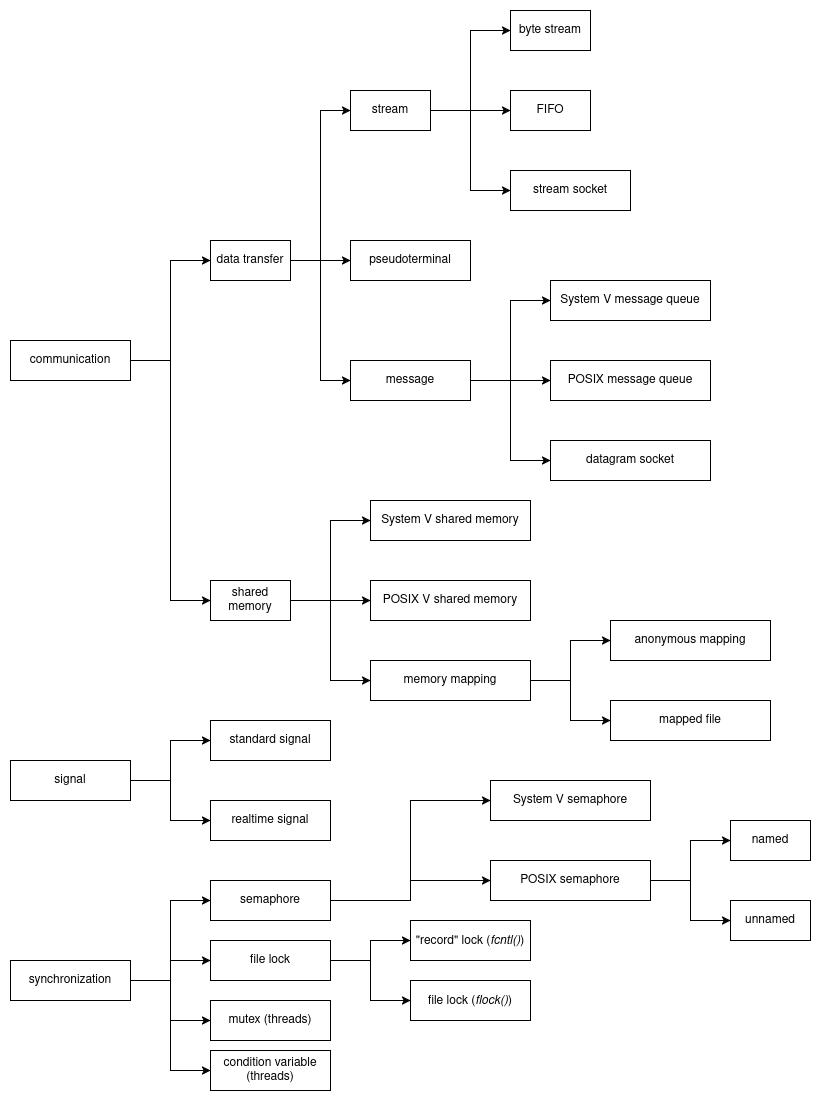
This is docs/assets/unix_ipc_taxonomy.drawio.png from da0p/GithubPage, a draw.io export, as it was before one commit. Source tidied: cells renumbered, new cells last; positions are measured from the earlier drawing's top-left corner, leaving out a move shared by most shapes.
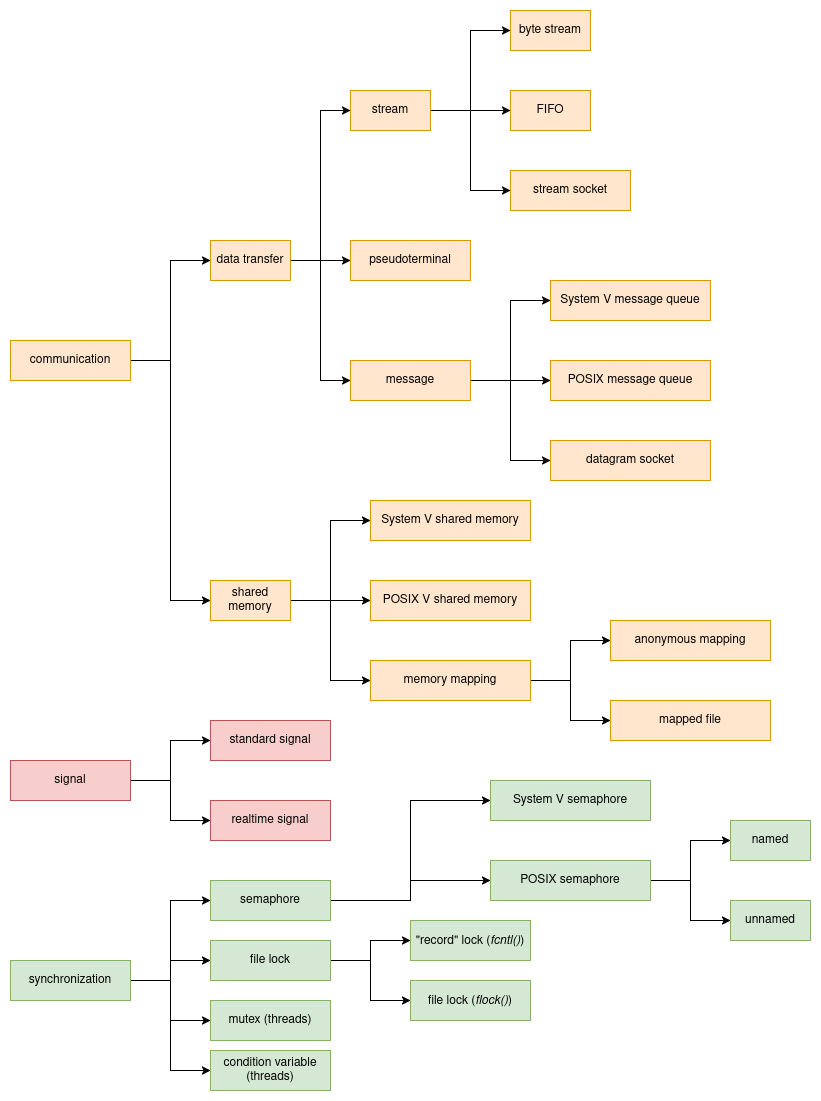
The same diagram one commit later.

Diff of the diagram source:
```diff
@@ -16,7 +16,7 @@
     <mxCell id="4" style="edgeStyle=orthogonalEdgeStyle;rounded=0;jettySize=auto;html=1;exitX=1;exitY=0.5;exitDx=0;exitDy=0;entryX=0;entryY=0.5;entryDx=0;entryDy=0;" parent="1" edge="1" source="5" target="27">
       <mxGeometry relative="1" as="geometry" />
     </mxCell>
-    <mxCell id="5" value="communication" style="rounded=0;whiteSpace=wrap;html=1;" parent="1" vertex="1">
+    <mxCell id="5" value="communication" style="rounded=0;whiteSpace=wrap;html=1;fillColor=#ffe6cc;strokeColor=#d79b00;" parent="1" vertex="1">
       <mxGeometry y="330" width="120" height="40" as="geometry" />
     </mxCell>
     <mxCell id="6" style="edgeStyle=orthogonalEdgeStyle;rounded=0;jettySize=auto;html=1;exitX=1;exitY=0.5;exitDx=0;exitDy=0;entryX=0;entryY=0.5;entryDx=0;entryDy=0;" parent="1" edge="1" source="9" target="10">
@@ -28,13 +28,13 @@
     <mxCell id="8" style="edgeStyle=orthogonalEdgeStyle;rounded=0;jettySize=auto;html=1;exitX=1;exitY=0.5;exitDx=0;exitDy=0;entryX=0;entryY=0.5;entryDx=0;entryDy=0;" parent="1" edge="1" source="9" target="17">
       <mxGeometry relative="1" as="geometry" />
     </mxCell>
-    <mxCell id="9" value="stream" style="rounded=0;whiteSpace=wrap;html=1;" parent="1" vertex="1">
+    <mxCell id="9" value="stream" style="rounded=0;whiteSpace=wrap;html=1;fillColor=#ffe6cc;strokeColor=#d79b00;" parent="1" vertex="1">
       <mxGeometry x="340" y="80" width="80" height="40" as="geometry" />
     </mxCell>
-    <mxCell id="10" value="byte stream" style="rounded=0;whiteSpace=wrap;html=1;" parent="1" vertex="1">
+    <mxCell id="10" value="byte stream" style="rounded=0;whiteSpace=wrap;html=1;fillColor=#ffe6cc;strokeColor=#d79b00;" parent="1" vertex="1">
       <mxGeometry x="500" width="80" height="40" as="geometry" />
     </mxCell>
-    <mxCell id="11" value="pseudoterminal" style="rounded=0;whiteSpace=wrap;html=1;" parent="1" vertex="1">
+    <mxCell id="11" value="pseudoterminal" style="rounded=0;whiteSpace=wrap;html=1;fillColor=#ffe6cc;strokeColor=#d79b00;" parent="1" vertex="1">
       <mxGeometry x="340" y="230" width="120" height="40" as="geometry" />
     </mxCell>
     <mxCell id="12" style="edgeStyle=orthogonalEdgeStyle;rounded=0;jettySize=auto;html=1;exitX=1;exitY=0.5;exitDx=0;exitDy=0;entryX=0;entryY=0.5;entryDx=0;entryDy=0;" parent="1" edge="1" source="15" target="18">
@@ -46,22 +46,22 @@
     <mxCell id="14" style="edgeStyle=orthogonalEdgeStyle;rounded=0;jettySize=auto;html=1;exitX=1;exitY=0.5;exitDx=0;exitDy=0;entryX=0;entryY=0.5;entryDx=0;entryDy=0;" parent="1" edge="1" source="15" target="20">
       <mxGeometry relative="1" as="geometry" />
     </mxCell>
-    <mxCell id="15" value="message" style="rounded=0;whiteSpace=wrap;html=1;" parent="1" vertex="1">
+    <mxCell id="15" value="message" style="rounded=0;whiteSpace=wrap;html=1;fillColor=#ffe6cc;strokeColor=#d79b00;" parent="1" vertex="1">
       <mxGeometry x="340" y="350" width="120" height="40" as="geometry" />
     </mxCell>
-    <mxCell id="16" value="FIFO" style="rounded=0;whiteSpace=wrap;html=1;" parent="1" vertex="1">
+    <mxCell id="16" value="FIFO" style="rounded=0;whiteSpace=wrap;html=1;fillColor=#ffe6cc;strokeColor=#d79b00;" parent="1" vertex="1">
       <mxGeometry x="500" y="80" width="80" height="40" as="geometry" />
     </mxCell>
-    <mxCell id="17" value="stream socket" style="rounded=0;whiteSpace=wrap;html=1;" parent="1" vertex="1">
+    <mxCell id="17" value="stream socket" style="rounded=0;whiteSpace=wrap;html=1;fillColor=#ffe6cc;strokeColor=#d79b00;" parent="1" vertex="1">
       <mxGeometry x="500" y="160" width="120" height="40" as="geometry" />
     </mxCell>
-    <mxCell id="18" value="System V message queue" style="rounded=0;whiteSpace=wrap;html=1;" parent="1" vertex="1">
+    <mxCell id="18" value="System V message queue" style="rounded=0;whiteSpace=wrap;html=1;fillColor=#ffe6cc;strokeColor=#d79b00;" parent="1" vertex="1">
       <mxGeometry x="540" y="270" width="160" height="40" as="geometry" />
     </mxCell>
-    <mxCell id="19" value="POSIX message queue" style="rounded=0;whiteSpace=wrap;html=1;" parent="1" vertex="1">
+    <mxCell id="19" value="POSIX message queue" style="rounded=0;whiteSpace=wrap;html=1;fillColor=#ffe6cc;strokeColor=#d79b00;" parent="1" vertex="1">
       <mxGeometry x="540" y="350" width="160" height="40" as="geometry" />
     </mxCell>
-    <mxCell id="20" value="datagram socket" style="rounded=0;whiteSpace=wrap;html=1;" parent="1" vertex="1">
+    <mxCell id="20" value="datagram socket" style="rounded=0;whiteSpace=wrap;html=1;fillColor=#ffe6cc;strokeColor=#d79b00;" parent="1" vertex="1">
       <mxGeometry x="540" y="430" width="160" height="40" as="geometry" />
     </mxCell>
     <mxCell id="21" style="edgeStyle=orthogonalEdgeStyle;rounded=0;jettySize=auto;html=1;exitX=1;exitY=0.5;exitDx=0;exitDy=0;entryX=0;entryY=0.5;entryDx=0;entryDy=0;" parent="1" edge="1" source="23" target="9">
@@ -70,7 +70,7 @@
     <mxCell id="22" style="edgeStyle=orthogonalEdgeStyle;rounded=0;jettySize=auto;html=1;exitX=1;exitY=0.5;exitDx=0;exitDy=0;entryX=0;entryY=0.5;entryDx=0;entryDy=0;" parent="1" edge="1" source="23" target="11">
       <mxGeometry relative="1" as="geometry" />
     </mxCell>
-    <mxCell id="23" value="data transfer" style="rounded=0;whiteSpace=wrap;html=1;" parent="1" vertex="1">
+    <mxCell id="23" value="data transfer" style="rounded=0;whiteSpace=wrap;html=1;fillColor=#ffe6cc;strokeColor=#d79b00;" parent="1" vertex="1">
       <mxGeometry x="200" y="230" width="80" height="40" as="geometry" />
     </mxCell>
     <mxCell id="24" style="edgeStyle=orthogonalEdgeStyle;rounded=0;jettySize=auto;html=1;exitX=1;exitY=0.5;exitDx=0;exitDy=0;entryX=0;entryY=0.5;entryDx=0;entryDy=0;" parent="1" edge="1" source="27" target="28">
@@ -82,13 +82,13 @@
     <mxCell id="26" style="edgeStyle=orthogonalEdgeStyle;rounded=0;jettySize=auto;html=1;exitX=1;exitY=0.5;exitDx=0;exitDy=0;entryX=0;entryY=0.5;entryDx=0;entryDy=0;" parent="1" edge="1" source="27" target="32">
       <mxGeometry relative="1" as="geometry" />
     </mxCell>
-    <mxCell id="27" value="shared memory" style="rounded=0;whiteSpace=wrap;html=1;" parent="1" vertex="1">
+    <mxCell id="27" value="shared memory" style="rounded=0;whiteSpace=wrap;html=1;fillColor=#ffe6cc;strokeColor=#d79b00;" parent="1" vertex="1">
       <mxGeometry x="200" y="570" width="80" height="40" as="geometry" />
     </mxCell>
-    <mxCell id="28" value="System V shared memory" style="rounded=0;whiteSpace=wrap;html=1;" parent="1" vertex="1">
+    <mxCell id="28" value="System V shared memory" style="rounded=0;whiteSpace=wrap;html=1;fillColor=#ffe6cc;strokeColor=#d79b00;" parent="1" vertex="1">
       <mxGeometry x="360" y="490" width="160" height="40" as="geometry" />
     </mxCell>
-    <mxCell id="29" value="POSIX V shared memory" style="rounded=0;whiteSpace=wrap;html=1;" parent="1" vertex="1">
+    <mxCell id="29" value="POSIX V shared memory" style="rounded=0;whiteSpace=wrap;html=1;fillColor=#ffe6cc;strokeColor=#d79b00;" parent="1" vertex="1">
       <mxGeometry x="360" y="570" width="160" height="40" as="geometry" />
     </mxCell>
     <mxCell id="30" style="edgeStyle=orthogonalEdgeStyle;rounded=0;jettySize=auto;html=1;exitX=1;exitY=0.5;exitDx=0;exitDy=0;entryX=0;entryY=0.5;entryDx=0;entryDy=0;" parent="1" edge="1" source="32" target="33">
@@ -97,13 +97,13 @@
     <mxCell id="31" style="edgeStyle=orthogonalEdgeStyle;rounded=0;jettySize=auto;html=1;exitX=1;exitY=0.5;exitDx=0;exitDy=0;entryX=0;entryY=0.5;entryDx=0;entryDy=0;" parent="1" edge="1" source="32" target="34">
       <mxGeometry relative="1" as="geometry" />
     </mxCell>
-    <mxCell id="32" value="memory mapping" style="rounded=0;whiteSpace=wrap;html=1;" parent="1" vertex="1">
+    <mxCell id="32" value="memory mapping" style="rounded=0;whiteSpace=wrap;html=1;fillColor=#ffe6cc;strokeColor=#d79b00;" parent="1" vertex="1">
       <mxGeometry x="360" y="650" width="160" height="40" as="geometry" />
     </mxCell>
-    <mxCell id="33" value="anonymous mapping" style="rounded=0;whiteSpace=wrap;html=1;" parent="1" vertex="1">
+    <mxCell id="33" value="anonymous mapping" style="rounded=0;whiteSpace=wrap;html=1;fillColor=#ffe6cc;strokeColor=#d79b00;" parent="1" vertex="1">
       <mxGeometry x="600" y="610" width="160" height="40" as="geometry" />
     </mxCell>
-    <mxCell id="34" value="mapped file" style="rounded=0;whiteSpace=wrap;html=1;" parent="1" vertex="1">
+    <mxCell id="34" value="mapped file" style="rounded=0;whiteSpace=wrap;html=1;fillColor=#ffe6cc;strokeColor=#d79b00;" parent="1" vertex="1">
       <mxGeometry x="600" y="690" width="160" height="40" as="geometry" />
     </mxCell>
     <mxCell id="35" style="edgeStyle=orthogonalEdgeStyle;rounded=0;jettySize=auto;html=1;exitX=1;exitY=0.5;exitDx=0;exitDy=0;entryX=0;entryY=0.5;entryDx=0;entryDy=0;" parent="1" edge="1" source="37" target="38">
@@ -112,13 +112,13 @@
     <mxCell id="36" style="edgeStyle=orthogonalEdgeStyle;rounded=0;jettySize=auto;html=1;exitX=1;exitY=0.5;exitDx=0;exitDy=0;entryX=0;entryY=0.5;entryDx=0;entryDy=0;" parent="1" edge="1" source="37" target="39">
       <mxGeometry relative="1" as="geometry" />
     </mxCell>
-    <mxCell id="37" value="signal" style="rounded=0;whiteSpace=wrap;html=1;" parent="1" vertex="1">
+    <mxCell id="37" value="signal" style="rounded=0;whiteSpace=wrap;html=1;fillColor=#f8cecc;strokeColor=#b85450;" parent="1" vertex="1">
       <mxGeometry y="750" width="120" height="40" as="geometry" />
     </mxCell>
-    <mxCell id="38" value="standard signal" style="rounded=0;whiteSpace=wrap;html=1;" parent="1" vertex="1">
+    <mxCell id="38" value="standard signal" style="rounded=0;whiteSpace=wrap;html=1;fillColor=#f8cecc;strokeColor=#b85450;" parent="1" vertex="1">
       <mxGeometry x="200" y="710" width="120" height="40" as="geometry" />
     </mxCell>
-    <mxCell id="39" value="realtime signal" style="rounded=0;whiteSpace=wrap;html=1;" parent="1" vertex="1">
+    <mxCell id="39" value="realtime signal" style="rounded=0;whiteSpace=wrap;html=1;fillColor=#f8cecc;strokeColor=#b85450;" parent="1" vertex="1">
       <mxGeometry x="200" y="790" width="120" height="40" as="geometry" />
     </mxCell>
     <mxCell id="40" style="edgeStyle=orthogonalEdgeStyle;rounded=0;jettySize=auto;html=1;exitX=1;exitY=0.5;exitDx=0;exitDy=0;entryX=0;entryY=0.5;entryDx=0;entryDy=0;" parent="1" edge="1" source="44" target="47">
@@ -133,7 +133,7 @@
     <mxCell id="43" style="edgeStyle=orthogonalEdgeStyle;rounded=0;jettySize=auto;html=1;exitX=1;exitY=0.5;exitDx=0;exitDy=0;entryX=0;entryY=0.5;entryDx=0;entryDy=0;" parent="1" edge="1" source="44" target="60">
       <mxGeometry relative="1" as="geometry" />
     </mxCell>
-    <mxCell id="44" value="synchronization" style="rounded=0;whiteSpace=wrap;html=1;" parent="1" vertex="1">
+    <mxCell id="44" value="synchronization" style="rounded=0;whiteSpace=wrap;html=1;fillColor=#d5e8d4;strokeColor=#82b366;" parent="1" vertex="1">
       <mxGeometry y="950" width="120" height="40" as="geometry" />
     </mxCell>
     <mxCell id="45" style="edgeStyle=orthogonalEdgeStyle;rounded=0;jettySize=auto;html=1;exitX=1;exitY=0.5;exitDx=0;exitDy=0;entryX=0;entryY=0.5;entryDx=0;entryDy=0;" parent="1" edge="1" source="47" target="48">
@@ -142,10 +142,10 @@
     <mxCell id="46" style="edgeStyle=orthogonalEdgeStyle;rounded=0;jettySize=auto;html=1;exitX=1;exitY=0.5;exitDx=0;exitDy=0;entryX=0;entryY=0.5;entryDx=0;entryDy=0;" parent="1" edge="1" source="47" target="51">
       <mxGeometry relative="1" as="geometry" />
     </mxCell>
-    <mxCell id="47" value="semaphore" style="rounded=0;whiteSpace=wrap;html=1;" parent="1" vertex="1">
+    <mxCell id="47" value="semaphore" style="rounded=0;whiteSpace=wrap;html=1;fillColor=#d5e8d4;strokeColor=#82b366;" parent="1" vertex="1">
       <mxGeometry x="200" y="870" width="120" height="40" as="geometry" />
     </mxCell>
-    <mxCell id="48" value="System V semaphore" style="rounded=0;whiteSpace=wrap;html=1;" parent="1" vertex="1">
+    <mxCell id="48" value="System V semaphore" style="rounded=0;whiteSpace=wrap;html=1;fillColor=#d5e8d4;strokeColor=#82b366;" parent="1" vertex="1">
       <mxGeometry x="480" y="770" width="160" height="40" as="geometry" />
     </mxCell>
     <mxCell id="49" style="edgeStyle=orthogonalEdgeStyle;rounded=0;jettySize=auto;html=1;exitX=1;exitY=0.5;exitDx=0;exitDy=0;entryX=0;entryY=0.5;entryDx=0;entryDy=0;" parent="1" edge="1" source="51" target="52">
@@ -154,13 +154,13 @@
     <mxCell id="50" style="edgeStyle=orthogonalEdgeStyle;rounded=0;jettySize=auto;html=1;exitX=1;exitY=0.5;exitDx=0;exitDy=0;entryX=0;entryY=0.5;entryDx=0;entryDy=0;" parent="1" edge="1" source="51" target="53">
       <mxGeometry relative="1" as="geometry" />
     </mxCell>
-    <mxCell id="51" value="POSIX semaphore" style="rounded=0;whiteSpace=wrap;html=1;" parent="1" vertex="1">
+    <mxCell id="51" value="POSIX semaphore" style="rounded=0;whiteSpace=wrap;html=1;fillColor=#d5e8d4;strokeColor=#82b366;" parent="1" vertex="1">
       <mxGeometry x="480" y="850" width="160" height="40" as="geometry" />
     </mxCell>
-    <mxCell id="52" value="named" style="rounded=0;whiteSpace=wrap;html=1;" parent="1" vertex="1">
+    <mxCell id="52" value="named" style="rounded=0;whiteSpace=wrap;html=1;fillColor=#d5e8d4;strokeColor=#82b366;" parent="1" vertex="1">
       <mxGeometry x="720" y="810" width="80" height="40" as="geometry" />
     </mxCell>
-    <mxCell id="53" value="unnamed" style="rounded=0;whiteSpace=wrap;html=1;" parent="1" vertex="1">
+    <mxCell id="53" value="unnamed" style="rounded=0;whiteSpace=wrap;html=1;fillColor=#d5e8d4;strokeColor=#82b366;" parent="1" vertex="1">
       <mxGeometry x="720" y="890" width="80" height="40" as="geometry" />
     </mxCell>
     <mxCell id="54" style="edgeStyle=orthogonalEdgeStyle;rounded=0;jettySize=auto;html=1;exitX=1;exitY=0.5;exitDx=0;exitDy=0;entryX=0;entryY=0.5;entryDx=0;entryDy=0;" parent="1" edge="1" source="56" target="57">
@@ -169,19 +169,19 @@
     <mxCell id="55" style="edgeStyle=orthogonalEdgeStyle;rounded=0;jettySize=auto;html=1;exitX=1;exitY=0.5;exitDx=0;exitDy=0;entryX=0;entryY=0.5;entryDx=0;entryDy=0;" parent="1" edge="1" source="56" target="58">
       <mxGeometry relative="1" as="geometry" />
     </mxCell>
-    <mxCell id="56" value="file lock" style="rounded=0;whiteSpace=wrap;html=1;" parent="1" vertex="1">
+    <mxCell id="56" value="file lock" style="rounded=0;whiteSpace=wrap;html=1;fillColor=#d5e8d4;strokeColor=#82b366;" parent="1" vertex="1">
       <mxGeometry x="200" y="930" width="120" height="40" as="geometry" />
     </mxCell>
-    <mxCell id="57" value="&quot;record&quot; lock (&lt;i&gt;fcntl()&lt;/i&gt;)" style="rounded=0;whiteSpace=wrap;html=1;" parent="1" vertex="1">
+    <mxCell id="57" value="&quot;record&quot; lock (&lt;i&gt;fcntl()&lt;/i&gt;)" style="rounded=0;whiteSpace=wrap;html=1;fillColor=#d5e8d4;strokeColor=#82b366;" parent="1" vertex="1">
       <mxGeometry x="400" y="910" width="120" height="40" as="geometry" />
     </mxCell>
-    <mxCell id="58" value="file lock (&lt;i&gt;flock()&lt;/i&gt;)" style="rounded=0;whiteSpace=wrap;html=1;" parent="1" vertex="1">
+    <mxCell id="58" value="file lock (&lt;i&gt;flock()&lt;/i&gt;)" style="rounded=0;whiteSpace=wrap;html=1;fillColor=#d5e8d4;strokeColor=#82b366;" parent="1" vertex="1">
       <mxGeometry x="400" y="970" width="120" height="40" as="geometry" />
     </mxCell>
-    <mxCell id="59" value="mutex (threads)" style="rounded=0;whiteSpace=wrap;html=1;" parent="1" vertex="1">
+    <mxCell id="59" value="mutex (threads)" style="rounded=0;whiteSpace=wrap;html=1;fillColor=#d5e8d4;strokeColor=#82b366;" parent="1" vertex="1">
       <mxGeometry x="200" y="990" width="120" height="40" as="geometry" />
     </mxCell>
-    <mxCell id="60" value="condition variable (threads)" style="rounded=0;whiteSpace=wrap;html=1;" parent="1" vertex="1">
+    <mxCell id="60" value="condition variable (threads)" style="rounded=0;whiteSpace=wrap;html=1;fillColor=#d5e8d4;strokeColor=#82b366;" parent="1" vertex="1">
       <mxGeometry x="200" y="1040" width="120" height="40" as="geometry" />
     </mxCell>
   </root>
```
